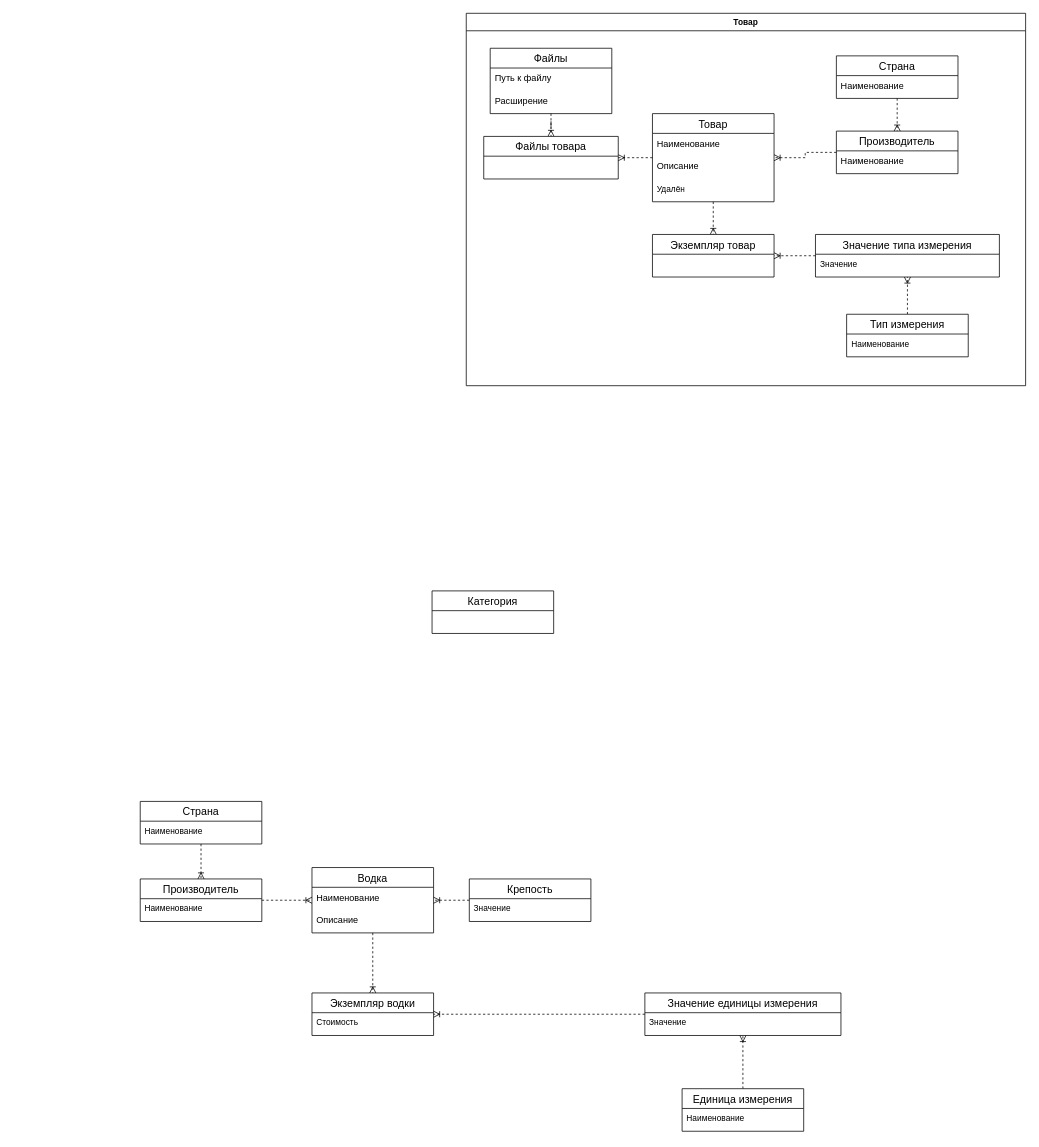
VladZainullin/LiquorStore keeps this draw.io diagram as Информационно-логическая диаграмма базы данных.drawio. Above is the earlier version. Source tidied: cells renumbered, new cells numbered last; positions are measured from the earlier drawing's top-left corner, leaving out a move shared by most shapes. Both pictures are drawn from the tidied source at 76%, with x=0, y=0 at pixel (140, 13).
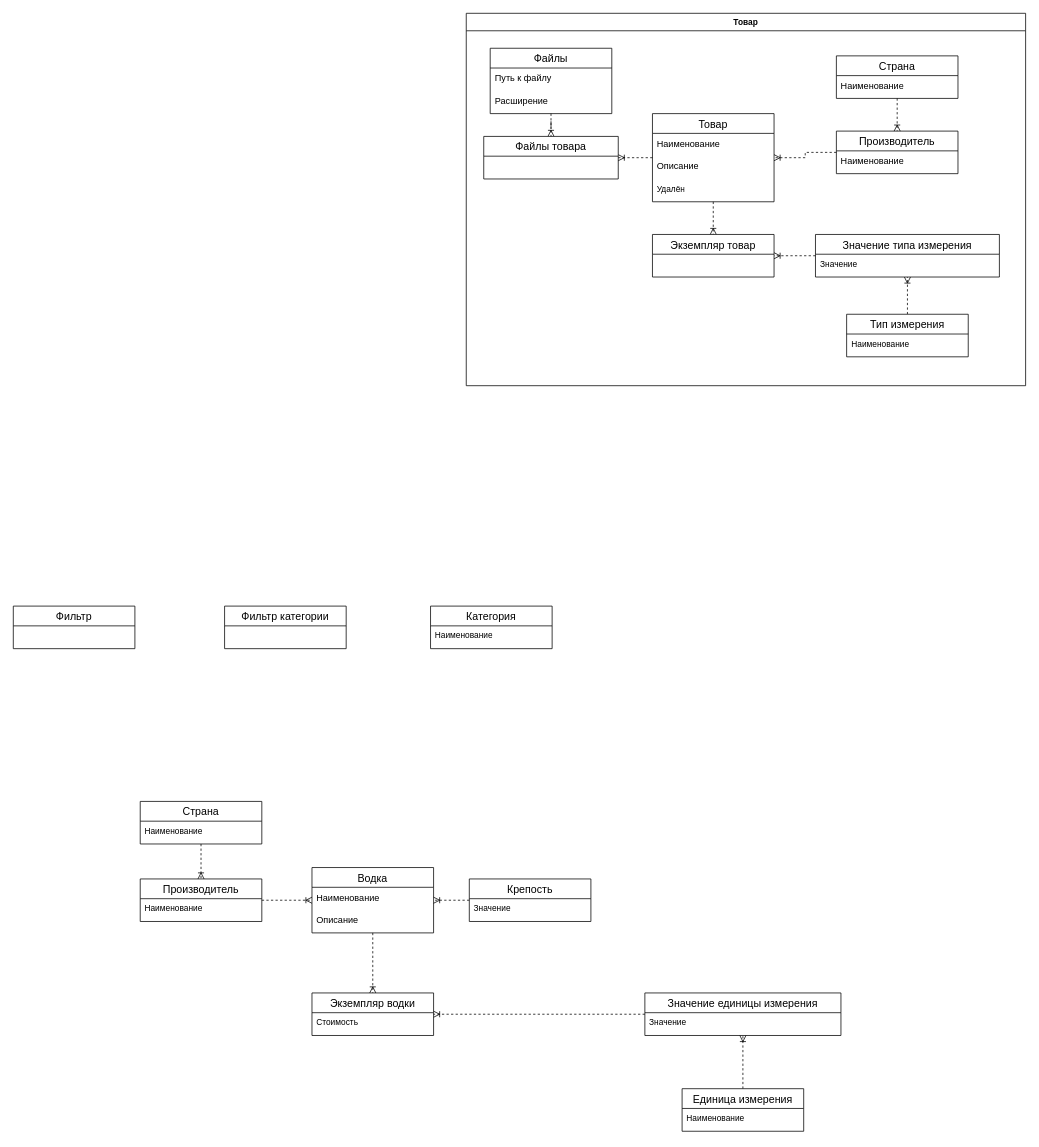
After the change.

Diff of the diagram source:
```diff
@@
     <mxCell id="48" value="Категория" style="swimlane;fontStyle=0;horizontal=1;startSize=26;align=center;fontSize=14;fontFamily=Helvetica;fontColor=default;labelBackgroundColor=default;" parent="1" vertex="1">
-      <mxGeometry x="384" y="760" width="160" height="56" as="geometry" />
+      <mxGeometry x="382" y="780" width="160" height="56" as="geometry" />
     </mxCell>
+    <mxCell id="49" value="Наименование" style="text;strokeColor=none;fillColor=none;spacingLeft=4;spacingRight=4;overflow=hidden;fontSize=11;whiteSpace=wrap;html=1;fontFamily=Helvetica;fontColor=default;labelBackgroundColor=default;" parent="48" vertex="1">
+      <mxGeometry y="26" width="160" height="30" as="geometry" />
+    </mxCell>
+    <mxCell id="50" value="Фильтр категории" style="swimlane;fontStyle=0;horizontal=1;startSize=26;align=center;fontSize=14;fontFamily=Helvetica;fontColor=default;labelBackgroundColor=default;" parent="1" vertex="1">
+      <mxGeometry x="111" y="780" width="160" height="56" as="geometry" />
+    </mxCell>
+    <mxCell id="51" value="Фильтр" style="swimlane;fontStyle=0;horizontal=1;startSize=26;align=center;fontSize=14;fontFamily=Helvetica;fontColor=default;labelBackgroundColor=default;" parent="1" vertex="1">
+      <mxGeometry x="-167" y="780" width="160" height="56" as="geometry" />
+    </mxCell>
```
